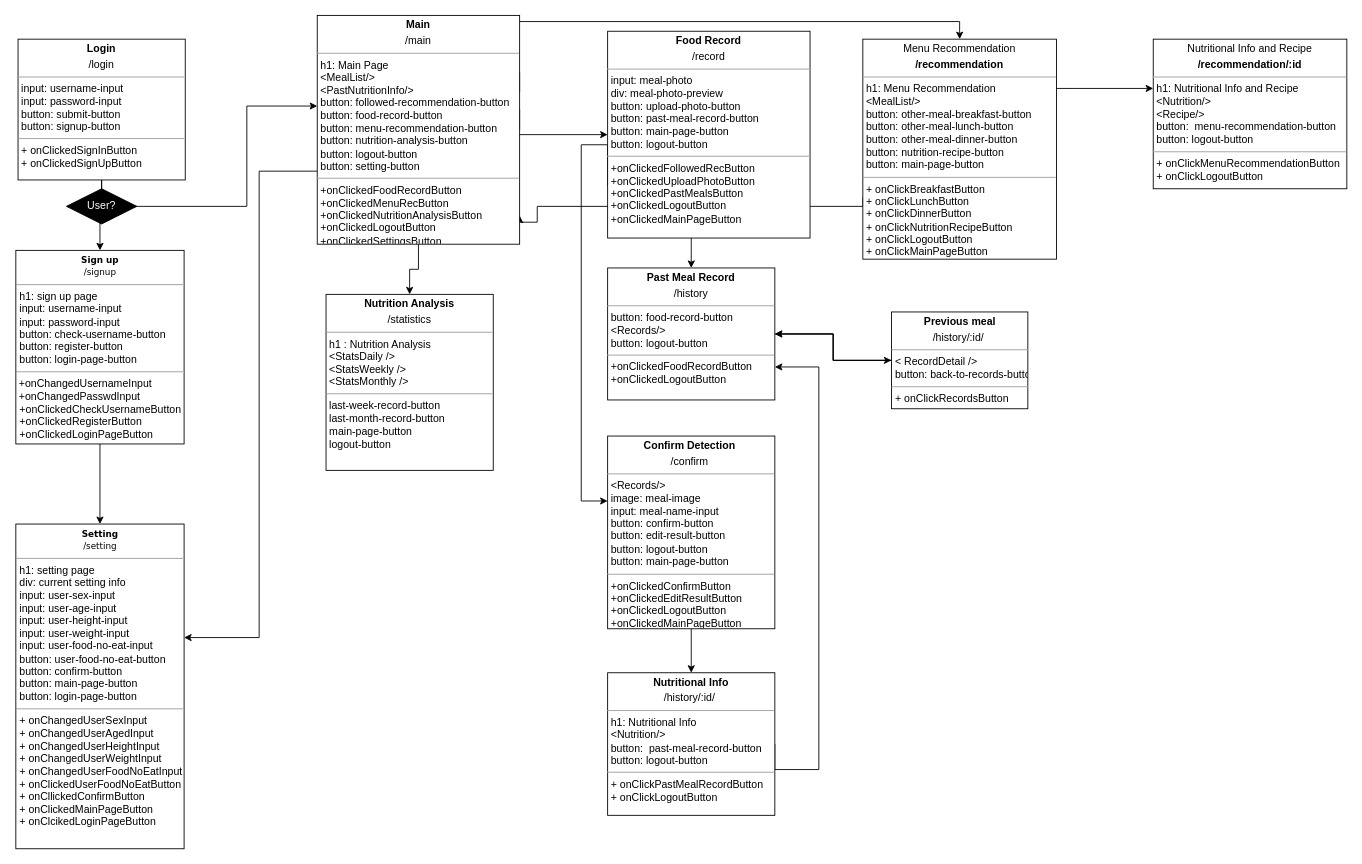
This is Untitled Diagram.drawio from swsnu/swpp2021-team5, a draw.io file, before an edit. Source tidied: cells renumbered, new cells numbered last; positions are measured from the earlier drawing's top-left corner, leaving out a move shared by most shapes. Both pictures are drawn from the tidied source at 88%, with x=0, y=0 at pixel (16, 15).
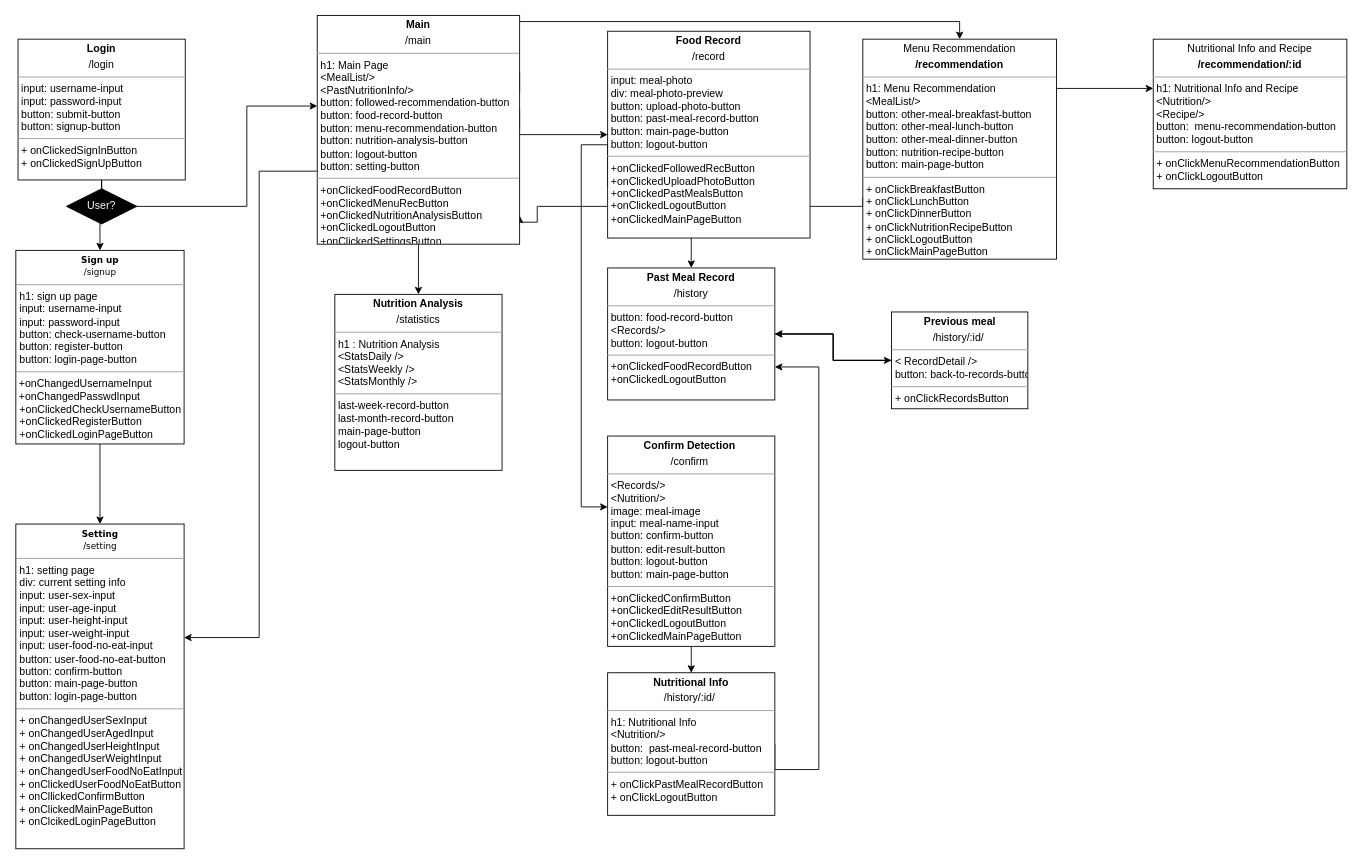
The same page after the edit.

Unchanged cells that the change refers to:
```xml
<mxCell id="15" value="&lt;p style=&quot;margin: 0px ; margin-top: 4px ; text-align: center&quot;&gt;&lt;b&gt;Food Record&lt;/b&gt;&lt;/p&gt;&lt;p style=&quot;margin: 0px ; margin-top: 4px ; text-align: center&quot;&gt;/record&lt;/p&gt;&lt;hr size=&quot;1&quot;&gt;&lt;p style=&quot;margin: 0px ; margin-left: 4px&quot;&gt;&lt;span&gt;input: meal-photo&lt;/span&gt;&lt;/p&gt;&lt;p style=&quot;margin: 0px ; margin-left: 4px&quot;&gt;&lt;span&gt;div: meal-photo-preview&lt;/span&gt;&lt;/p&gt;&lt;p style=&quot;margin: 0px ; margin-left: 4px&quot;&gt;&lt;span&gt;button: upload-photo-button&lt;/span&gt;&lt;br&gt;&lt;/p&gt;&lt;p style=&quot;margin: 0px 0px 0px 4px&quot;&gt;button: past-meal-record-button&lt;/p&gt;&lt;p style=&quot;margin: 0px 0px 0px 4px&quot;&gt;button: main-page-button&lt;/p&gt;&lt;p style=&quot;margin: 0px 0px 0px 4px&quot;&gt;button: logout-button&lt;/p&gt;&lt;hr size=&quot;1&quot;&gt;&lt;p style=&quot;margin: 0px ; margin-left: 4px&quot;&gt;+onClickedFollowedRecButton&lt;/p&gt;&lt;p style=&quot;margin: 0px ; margin-left: 4px&quot;&gt;+onClickedUploadPhotoButton&lt;/p&gt;&lt;p style=&quot;margin: 0px ; margin-left: 4px&quot;&gt;+onClickedPastMealsButton&lt;/p&gt;&lt;p style=&quot;margin: 0px ; margin-left: 4px&quot;&gt;+onClickedLogoutButton&lt;/p&gt;&lt;p style=&quot;margin: 0px ; margin-left: 4px&quot;&gt;+onClickedMainPageButton&lt;/p&gt;" style="verticalAlign=top;align=left;overflow=fill;fontSize=12;fontFamily=Helvetica;html=1;rounded=0;shadow=0;comic=0;labelBackgroundColor=none;strokeWidth=1;" parent="1" vertex="1">
  <mxGeometry x="672" y="18" width="230" height="235" as="geometry" />
</mxCell>
```

Diff of the diagram source:
```diff
@@
     <mxCell id="2" value="&lt;p style=&quot;margin: 0px ; margin-top: 4px ; text-align: center&quot;&gt;&lt;b&gt;Nutrition Analysis&lt;/b&gt;&lt;/p&gt;&lt;p style=&quot;margin: 0px ; margin-top: 4px ; text-align: center&quot;&gt;/statistics&lt;/p&gt;&lt;hr size=&quot;1&quot;&gt;&lt;p style=&quot;margin: 0px ; margin-left: 4px&quot;&gt;h1 : Nutrition Analysis&lt;/p&gt;&lt;p style=&quot;margin: 0px ; margin-left: 4px&quot;&gt;&amp;lt;StatsDaily /&amp;gt;&lt;/p&gt;&lt;p style=&quot;margin: 0px ; margin-left: 4px&quot;&gt;&amp;lt;StatsWeekly /&amp;gt;&lt;/p&gt;&lt;p style=&quot;margin: 0px ; margin-left: 4px&quot;&gt;&amp;lt;StatsMonthly /&amp;gt;&lt;/p&gt;&lt;hr size=&quot;1&quot;&gt;&lt;p style=&quot;margin: 0px ; margin-left: 4px&quot;&gt;last-week-record-button&lt;/p&gt;&lt;p style=&quot;margin: 0px ; margin-left: 4px&quot;&gt;last-month-record-button&lt;/p&gt;&lt;p style=&quot;margin: 0px ; margin-left: 4px&quot;&gt;main-page-button&lt;/p&gt;&lt;p style=&quot;margin: 0px ; margin-left: 4px&quot;&gt;logout-button&lt;/p&gt;" style="verticalAlign=top;align=left;overflow=fill;fontSize=12;fontFamily=Helvetica;html=1;rounded=0;shadow=0;comic=0;labelBackgroundColor=none;strokeWidth=1;" parent="1" vertex="1">
-      <mxGeometry x="352" y="317" width="190" height="200" as="geometry" />
+      <mxGeometry x="362" y="317" width="190" height="200" as="geometry" />
     </mxCell>
@@
     <mxCell id="14" style="edgeStyle=orthogonalEdgeStyle;rounded=0;jettySize=auto;html=1;exitX=0;exitY=0.75;exitDx=0;exitDy=0;entryX=0;entryY=0.337;entryDx=0;entryDy=0;fontColor=#FFFFFF;entryPerimeter=0;" parent="1" edge="1" source="15" target="23">
       <mxGeometry relative="1" as="geometry">
         <Array as="points">
           <mxPoint x="672" y="147" />
           <mxPoint x="642" y="147" />
-          <mxPoint x="642" y="552" />
+          <mxPoint x="642" y="559" />
         </Array>
       </mxGeometry>
     </mxCell>
@@
-    <mxCell id="23" value="&lt;p style=&quot;margin: 0px ; margin-top: 4px ; text-align: center&quot;&gt;&lt;b&gt;Confirm Detection&amp;nbsp;&lt;/b&gt;&lt;/p&gt;&lt;p style=&quot;margin: 0px ; margin-top: 4px ; text-align: center&quot;&gt;/confirm&lt;b&gt;&amp;nbsp;&lt;/b&gt;&lt;/p&gt;&lt;hr size=&quot;1&quot;&gt;&lt;p style=&quot;margin: 0px ; margin-left: 4px&quot;&gt;&amp;lt;Records/&amp;gt;&lt;/p&gt;&lt;p style=&quot;margin: 0px ; margin-left: 4px&quot;&gt;image: meal-image&lt;/p&gt;&lt;p style=&quot;margin: 0px ; margin-left: 4px&quot;&gt;input: meal-name-input&lt;/p&gt;&lt;p style=&quot;margin: 0px ; margin-left: 4px&quot;&gt;&lt;span&gt;button: confirm-button&lt;/span&gt;&lt;br&gt;&lt;/p&gt;&lt;p style=&quot;margin: 0px ; margin-left: 4px&quot;&gt;button: edit-result-button&lt;/p&gt;&lt;p style=&quot;margin: 0px ; margin-left: 4px&quot;&gt;button: logout-button&lt;/p&gt;&lt;p style=&quot;margin: 0px ; margin-left: 4px&quot;&gt;button: main-page-button&lt;br&gt;&lt;/p&gt;&lt;hr size=&quot;1&quot;&gt;&lt;p style=&quot;margin: 0px ; margin-left: 4px&quot;&gt;+onClickedConfirmButton&lt;/p&gt;&lt;p style=&quot;margin: 0px ; margin-left: 4px&quot;&gt;+onClickedEditResultButton&lt;/p&gt;&lt;p style=&quot;margin: 0px ; margin-left: 4px&quot;&gt;+onClickedLogoutButton&lt;/p&gt;&lt;p style=&quot;margin: 0px ; margin-left: 4px&quot;&gt;+onClickedMainPageButton&lt;/p&gt;&lt;p style=&quot;margin: 0px ; margin-left: 4px&quot;&gt;&lt;br&gt;&lt;/p&gt;" style="verticalAlign=top;align=left;overflow=fill;fontSize=12;fontFamily=Helvetica;html=1;" parent="1" vertex="1">
-      <mxGeometry x="672" y="478" width="190" height="219" as="geometry" />
+    <mxCell id="23" value="&lt;p style=&quot;margin: 0px ; margin-top: 4px ; text-align: center&quot;&gt;&lt;b&gt;Confirm Detection&amp;nbsp;&lt;/b&gt;&lt;/p&gt;&lt;p style=&quot;margin: 0px ; margin-top: 4px ; text-align: center&quot;&gt;/confirm&lt;b&gt;&amp;nbsp;&lt;/b&gt;&lt;/p&gt;&lt;hr size=&quot;1&quot;&gt;&lt;p style=&quot;margin: 0px ; margin-left: 4px&quot;&gt;&amp;lt;Records/&amp;gt;&lt;/p&gt;&lt;p style=&quot;margin: 0px ; margin-left: 4px&quot;&gt;&amp;lt;Nutrition/&amp;gt;&lt;/p&gt;&lt;p style=&quot;margin: 0px ; margin-left: 4px&quot;&gt;image: meal-image&lt;/p&gt;&lt;p style=&quot;margin: 0px ; margin-left: 4px&quot;&gt;input: meal-name-input&lt;/p&gt;&lt;p style=&quot;margin: 0px ; margin-left: 4px&quot;&gt;&lt;span&gt;button: confirm-button&lt;/span&gt;&lt;br&gt;&lt;/p&gt;&lt;p style=&quot;margin: 0px ; margin-left: 4px&quot;&gt;button: edit-result-button&lt;/p&gt;&lt;p style=&quot;margin: 0px ; margin-left: 4px&quot;&gt;button: logout-button&lt;/p&gt;&lt;p style=&quot;margin: 0px ; margin-left: 4px&quot;&gt;button: main-page-button&lt;br&gt;&lt;/p&gt;&lt;hr size=&quot;1&quot;&gt;&lt;p style=&quot;margin: 0px ; margin-left: 4px&quot;&gt;+onClickedConfirmButton&lt;/p&gt;&lt;p style=&quot;margin: 0px ; margin-left: 4px&quot;&gt;+onClickedEditResultButton&lt;/p&gt;&lt;p style=&quot;margin: 0px ; margin-left: 4px&quot;&gt;+onClickedLogoutButton&lt;/p&gt;&lt;p style=&quot;margin: 0px ; margin-left: 4px&quot;&gt;+onClickedMainPageButton&lt;/p&gt;&lt;p style=&quot;margin: 0px ; margin-left: 4px&quot;&gt;&lt;br&gt;&lt;/p&gt;" style="verticalAlign=top;align=left;overflow=fill;fontSize=12;fontFamily=Helvetica;html=1;" parent="1" vertex="1">
+      <mxGeometry x="672" y="478" width="190" height="239" as="geometry" />
     </mxCell>
```
